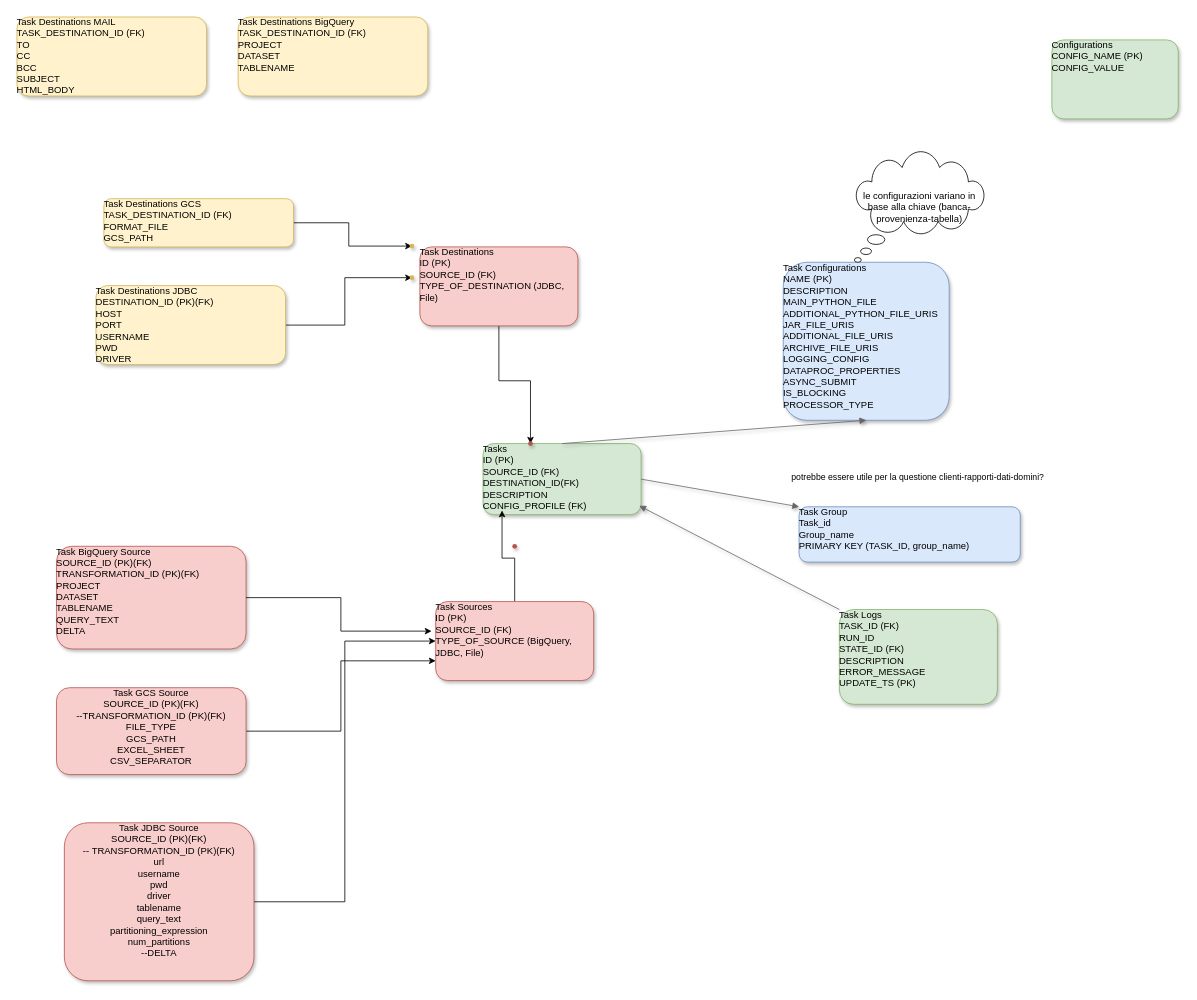
Before: ER_Diagram.drawio in arrigonimatteo81/ingestion_project, a draw.io diagram. Source tidied: cells renumbered, new cells numbered last; positions are measured from the earlier drawing's top-left corner, leaving out a move shared by most shapes. Both pictures are drawn from the tidied source at 79%, with x=0, y=0 at pixel (17, 17).
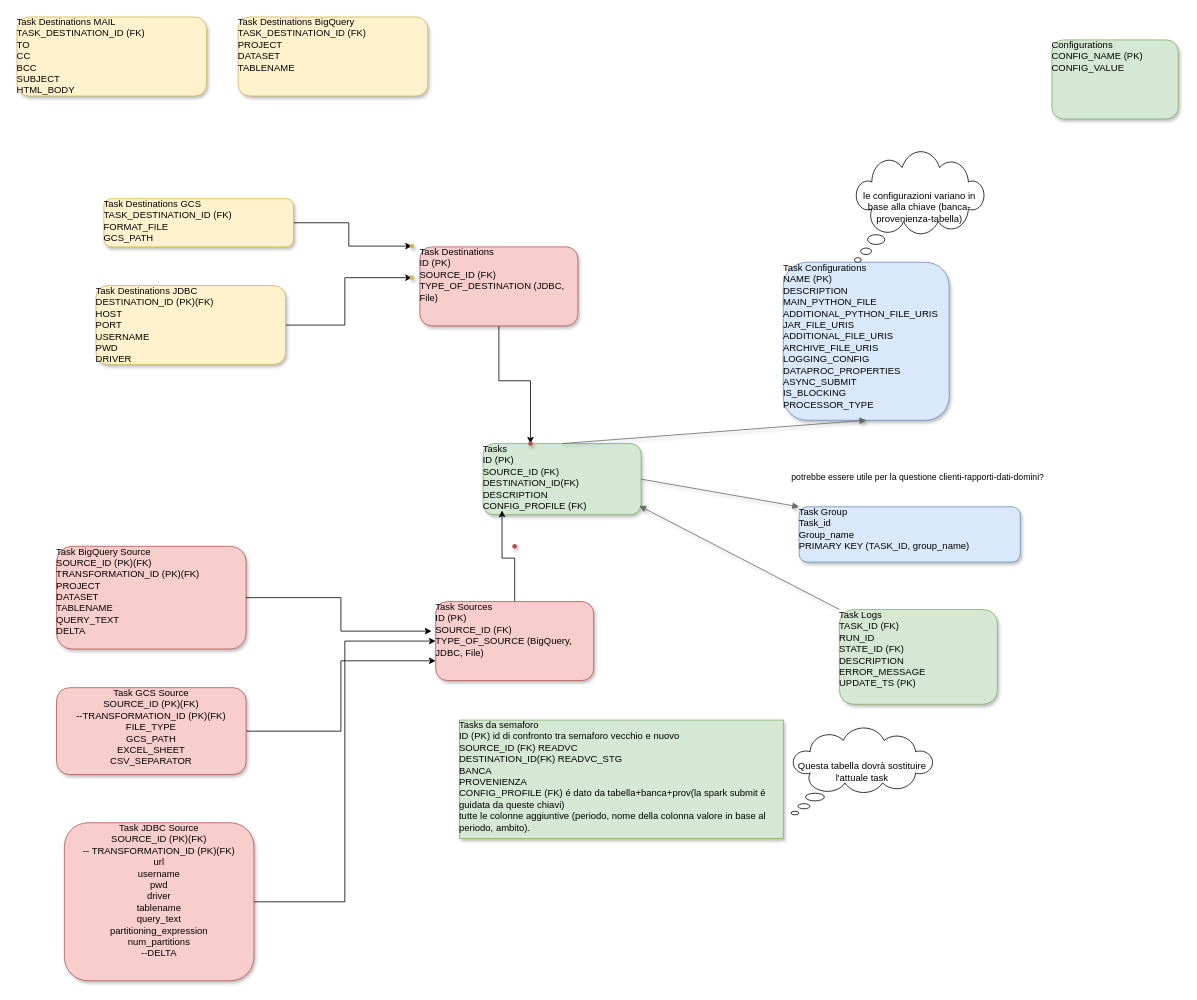
The same diagram, later.

Commit message (it also covers changes not shown here):
aggiunto pseudocodice per logica a semaforo

What changed in the source:
```diff
@@
+    <mxCell id="32" value="Tasks da semaforo&lt;br&gt;ID (PK) id di confronto tra semaforo vecchio e nuovo&lt;div&gt;SOURCE_ID (FK) READVC&lt;/div&gt;&lt;div&gt;DESTINATION_ID(FK) READVC_STG&amp;nbsp;&lt;br&gt;BANCA&lt;/div&gt;&lt;div&gt;PROVENIENZA&lt;br&gt;CONFIG_PROFILE (FK) é dato da tabella+banca+prov(la spark submit é guidata da queste chiavi)&lt;br&gt;&lt;/div&gt;&lt;div&gt;tutte le colonne aggiuntive (periodo, nome della colonna valore in base al periodo, ambito).&lt;/div&gt;" style="rounded=1;whiteSpace=wrap;html=1;verticalAlign=top;align=left;overflow=fill;shadow=1;fillColor=#d5e8d4;strokeColor=#82b366;arcSize=0;" parent="1" vertex="1">
+      <mxGeometry x="560" y="890" width="410" height="150" as="geometry" />
+    </mxCell>
+    <mxCell id="33" value="Questa tabella dovrà sostituire l'attuale task" style="whiteSpace=wrap;html=1;shape=mxgraph.basic.cloud_callout;" parent="1" vertex="1">
+      <mxGeometry x="980" y="900" width="180" height="110" as="geometry" />
+    </mxCell>
```
